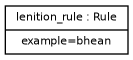
The Graphviz diagram examples/example_6.png in ontolex/morph, before a commit. Its source is kept beside it as examples/example_6.dot. Source of this version:
```dot
digraph G {
  fontname = "Bitstream Vera Sans"
    fontsize = 8

    node [
      fontname = "Bitstream Vera Sans"
      fontsize = 8
      shape = "record"
    ]

    edge [
      fontname = "Bitstream Vera Sans"
      fontsize = 8
    ]

lenition_rule [ label="{lenition_rule : Rule|example=bhean}" ]
}
```
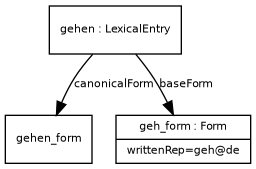
The same file after the commit.

Diff of the diagram source:
```diff
@@ -13,5 +13,9 @@
       fontsize = 8
     ]
 
-lenition_rule [ label="{lenition_rule : Rule|example=bhean}" ]
+gehen_form [ label="{gehen_form}" ]
+gehen -> gehen_form [ label="canonicalForm" ]
+geh_form [ label="{geh_form : Form|writtenRep=geh@de}" ]
+gehen -> geh_form [ label="baseForm" ]
+gehen [ label="{gehen : LexicalEntry}" ]
 }
```
